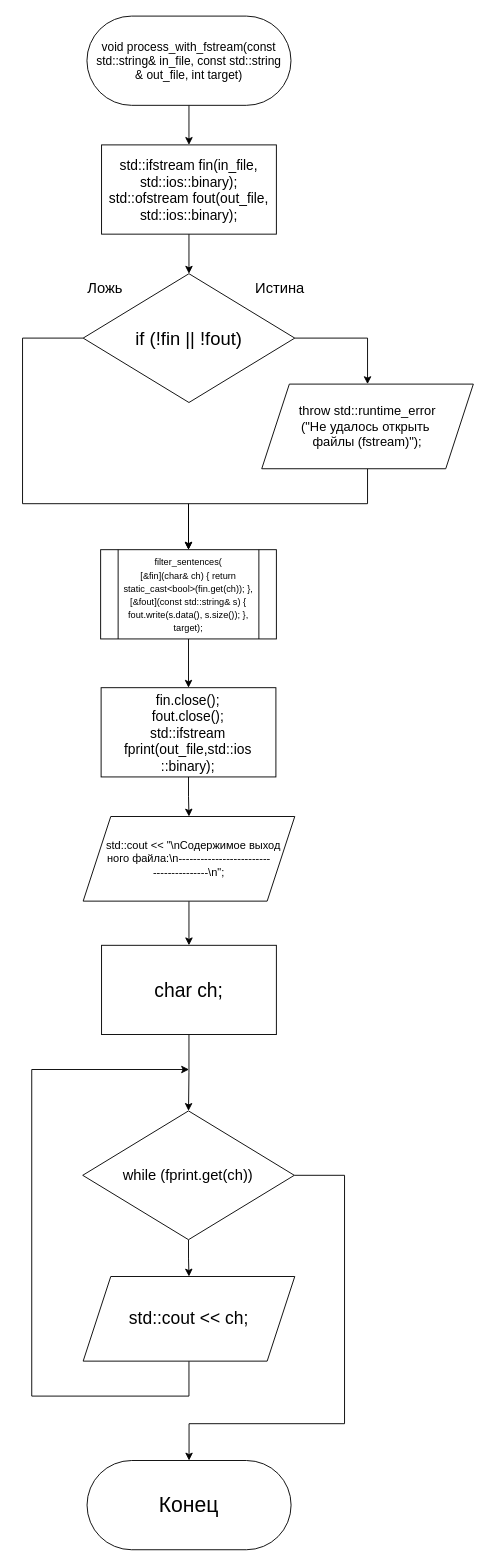
Before: LAB8_process_with_cstdio.drawio in kravecila28-ops/Block-diagram_templates, a draw.io diagram. Source tidied: cells renumbered, new cells numbered last; positions are measured from the earlier drawing's top-left corner, leaving out a move shared by most shapes. Both pictures are drawn from the tidied source at 92%, with x=0, y=0 at pixel (22, 16).
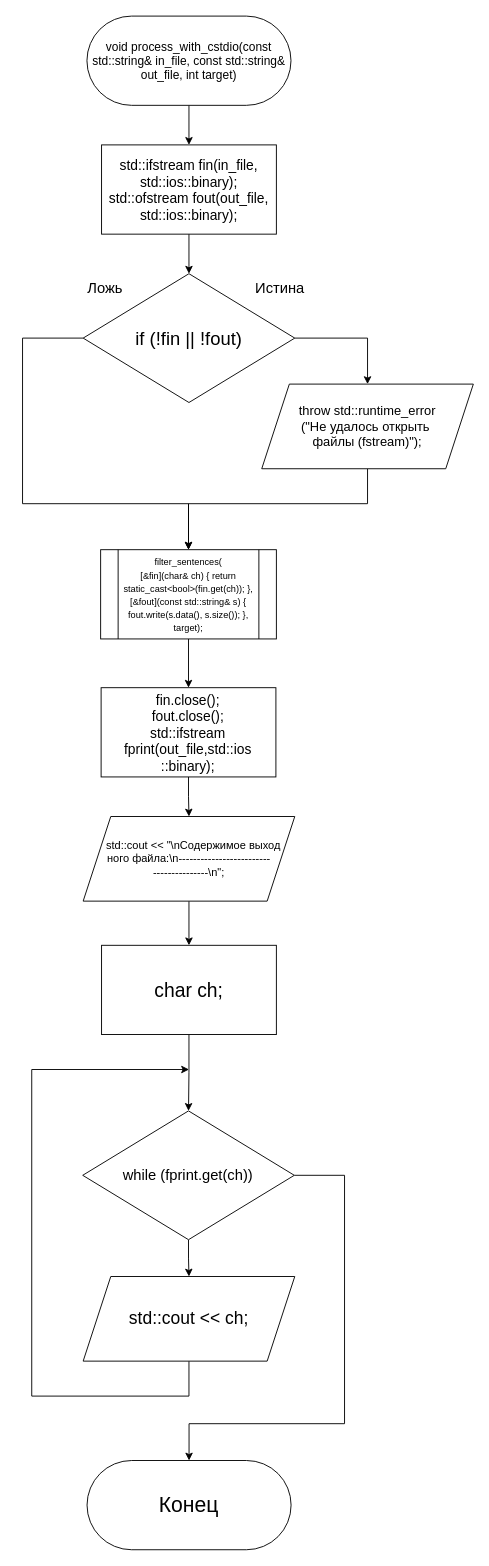
The same diagram, later.

Diff of the diagram source:
```diff
@@
-    <mxCell id="3" value="&lt;font style=&quot;font-size: 13px;&quot;&gt;void process_with_fstream(const std::string&amp;amp; in_file, const std::string&lt;/font&gt;&lt;div&gt;&lt;font style=&quot;font-size: 13px;&quot;&gt;&amp;amp; out_file, int target)&lt;/font&gt;&lt;/div&gt;" style="rounded=1;whiteSpace=wrap;html=1;arcSize=50;labelBackgroundColor=none;" parent="1" vertex="1">
+    <mxCell id="3" value="&lt;span style=&quot;font-size: 13px;&quot;&gt;void process_with_cstdio(const std::string&amp;amp; in_file, const std::string&amp;amp; out_file, int target)&lt;/span&gt;" style="rounded=1;whiteSpace=wrap;html=1;arcSize=50;labelBackgroundColor=none;" parent="1" vertex="1">
       <mxGeometry x="70" width="221.8" height="97" as="geometry" />
     </mxCell>
```
